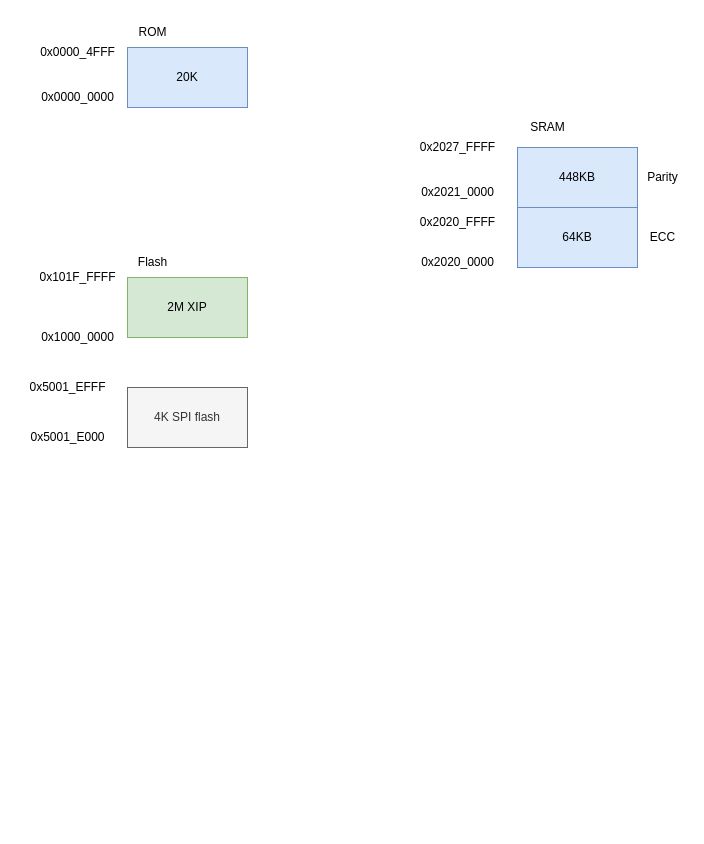
thomas-coding/drawio keeps this draw.io diagram as page "memory_layout" (1 of 3) of renesas.drawio. Above is the earlier version. Source tidied: cells renumbered, new cells numbered last; positions are measured from the earlier drawing's top-left corner, leaving out a move shared by most shapes. Both pictures are drawn from the tidied source at 100%, with x=0, y=0 at pixel (17, 17).
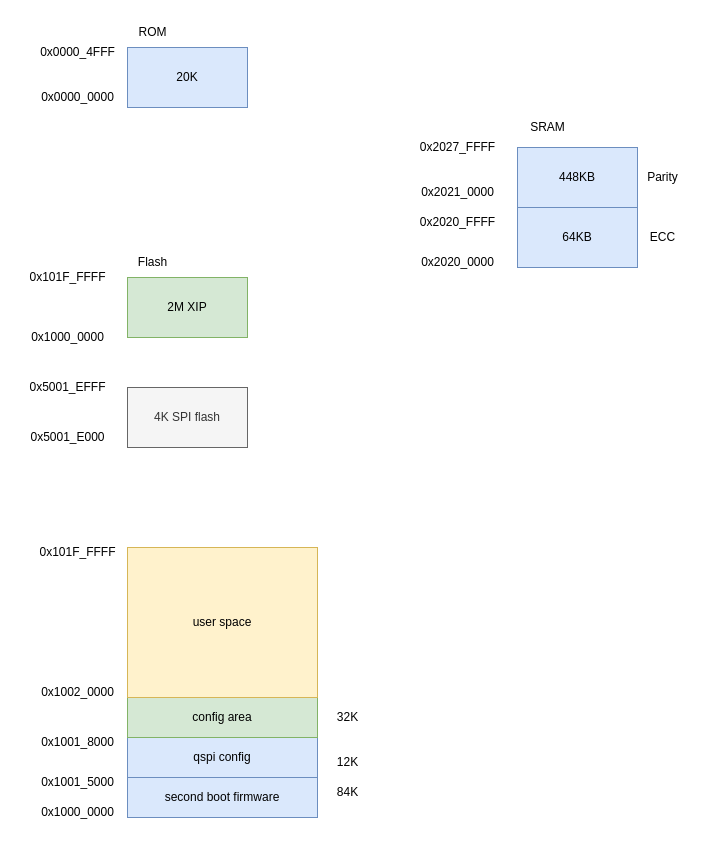
Above is the later version.

The edit, as a diff of the source:
```diff
@@
     <mxCell id="7" value="0x1000_0000" style="text;html=1;align=center;verticalAlign=middle;strokeColor=none;fillColor=none;" parent="1" vertex="1">
-      <mxGeometry x="10" y="305" width="100" height="30" as="geometry" />
+      <mxGeometry y="305" width="100" height="30" as="geometry" />
     </mxCell>
     <mxCell id="8" value="0x101F_FFFF" style="text;html=1;align=center;verticalAlign=middle;strokeColor=none;fillColor=none;" parent="1" vertex="1">
-      <mxGeometry x="10" y="245" width="100" height="30" as="geometry" />
+      <mxGeometry y="245" width="100" height="30" as="geometry" />
     </mxCell>
@@
+    <mxCell id="22" value="second boot firmware" style="rounded=0;whiteSpace=wrap;html=1;fillColor=#dae8fc;strokeColor=#6c8ebf;" parent="1" vertex="1">
+      <mxGeometry x="110" y="760" width="190" height="40" as="geometry" />
+    </mxCell>
+    <mxCell id="23" value="qspi config" style="rounded=0;whiteSpace=wrap;html=1;fillColor=#dae8fc;strokeColor=#6c8ebf;" parent="1" vertex="1">
+      <mxGeometry x="110" y="720" width="190" height="40" as="geometry" />
+    </mxCell>
+    <mxCell id="24" value="config area" style="rounded=0;whiteSpace=wrap;html=1;fillColor=#d5e8d4;strokeColor=#82b366;" parent="1" vertex="1">
+      <mxGeometry x="110" y="680" width="190" height="40" as="geometry" />
+    </mxCell>
+    <mxCell id="25" value="user space" style="rounded=0;whiteSpace=wrap;html=1;fillColor=#fff2cc;strokeColor=#d6b656;" parent="1" vertex="1">
+      <mxGeometry x="110" y="530" width="190" height="150" as="geometry" />
+    </mxCell>
+    <mxCell id="26" value="0x1000_0000" style="text;html=1;align=center;verticalAlign=middle;strokeColor=none;fillColor=none;" parent="1" vertex="1">
+      <mxGeometry x="10" y="780" width="100" height="30" as="geometry" />
+    </mxCell>
+    <mxCell id="27" value="0x1002_0000" style="text;html=1;align=center;verticalAlign=middle;strokeColor=none;fillColor=none;" parent="1" vertex="1">
+      <mxGeometry x="10" y="660" width="100" height="30" as="geometry" />
+    </mxCell>
+    <mxCell id="28" value="0x1001_5000" style="text;html=1;align=center;verticalAlign=middle;strokeColor=none;fillColor=none;" parent="1" vertex="1">
+      <mxGeometry x="10" y="750" width="100" height="30" as="geometry" />
+    </mxCell>
+    <mxCell id="29" value="0x1001_8000" style="text;html=1;align=center;verticalAlign=middle;strokeColor=none;fillColor=none;" parent="1" vertex="1">
+      <mxGeometry x="10" y="710" width="100" height="30" as="geometry" />
+    </mxCell>
+    <mxCell id="30" value="0x101F_FFFF" style="text;html=1;align=center;verticalAlign=middle;strokeColor=none;fillColor=none;" parent="1" vertex="1">
+      <mxGeometry x="10" y="520" width="100" height="30" as="geometry" />
+    </mxCell>
+    <mxCell id="31" value="84K" style="text;html=1;align=center;verticalAlign=middle;strokeColor=none;fillColor=none;" parent="1" vertex="1">
+      <mxGeometry x="310" y="760" width="40" height="30" as="geometry" />
+    </mxCell>
+    <mxCell id="32" value="12K" style="text;html=1;align=center;verticalAlign=middle;strokeColor=none;fillColor=none;" parent="1" vertex="1">
+      <mxGeometry x="310" y="730" width="40" height="30" as="geometry" />
+    </mxCell>
+    <mxCell id="33" value="32K" style="text;html=1;align=center;verticalAlign=middle;strokeColor=none;fillColor=none;" parent="1" vertex="1">
+      <mxGeometry x="310" y="685" width="40" height="30" as="geometry" />
+    </mxCell>
```
